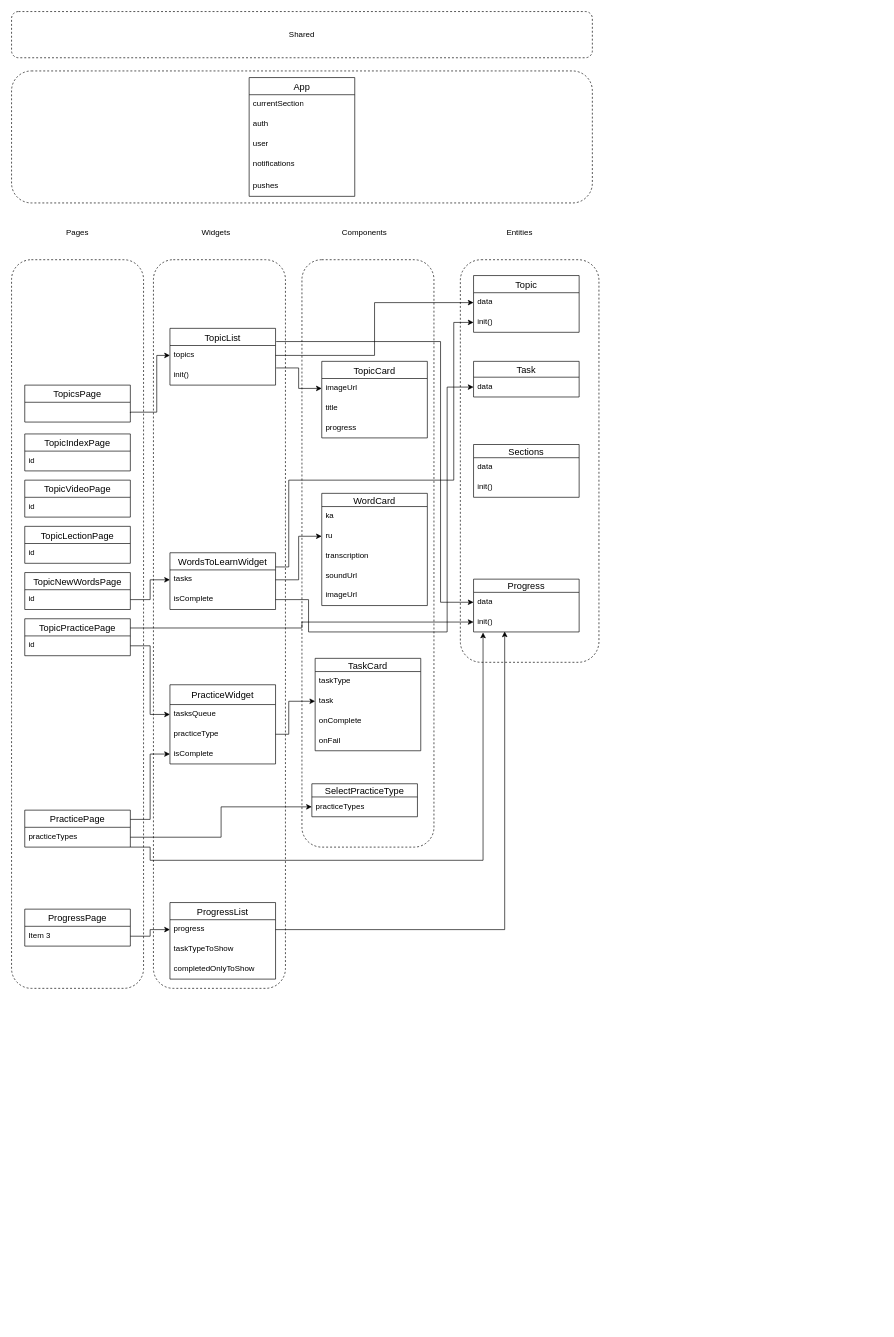
Before: geo-app.drawio in Ascold2017/geo-app, a draw.io diagram. Source tidied: cells renumbered, new cells numbered last; positions are measured from the earlier drawing's top-left corner, leaving out a move shared by most shapes. Both pictures are drawn from the tidied source at 66%, with x=0, y=0 at pixel (11, 11).
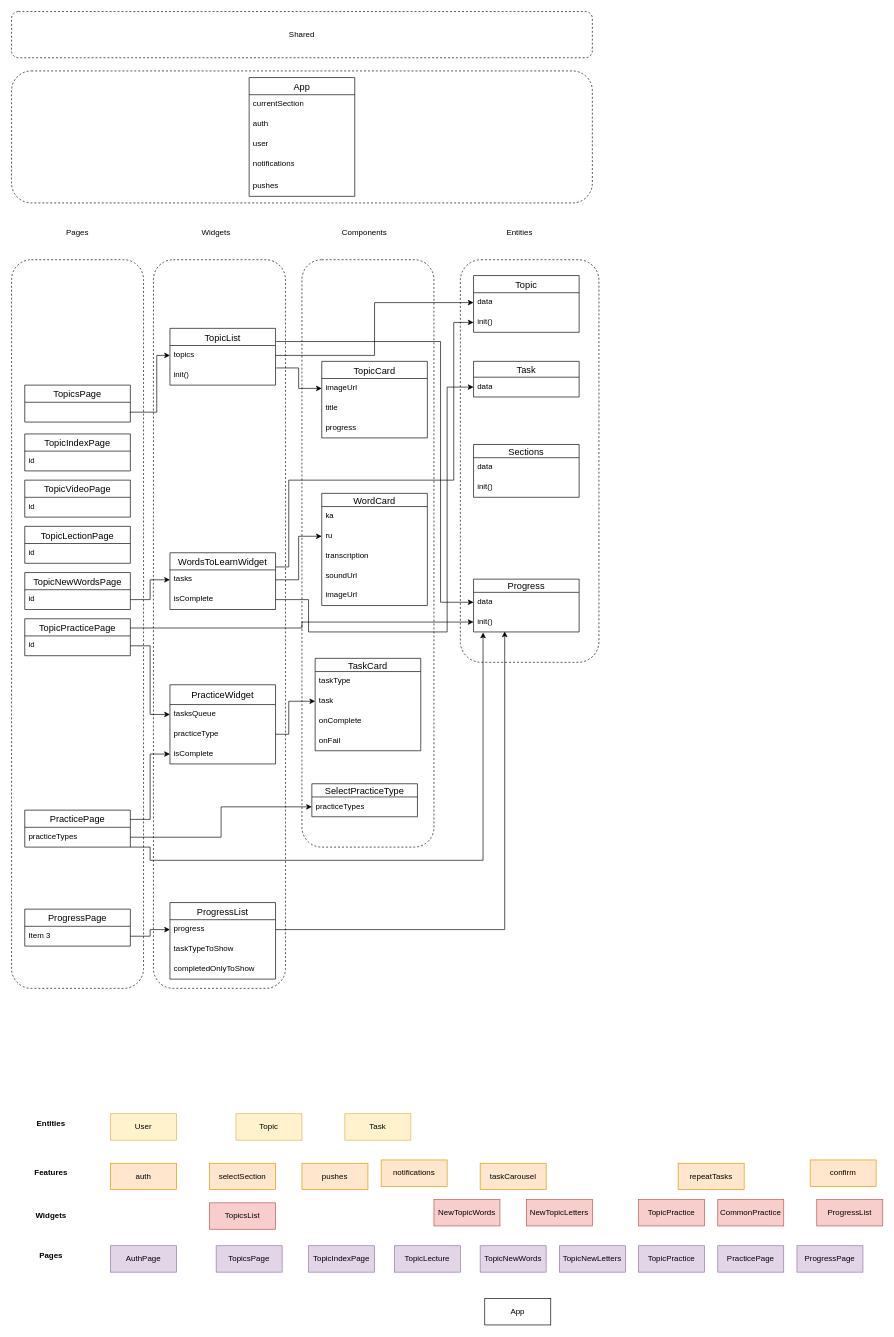
After the change.

Change to the diagram source:
```diff
@@
+    <mxCell id="91" value="App" style="whiteSpace=wrap;html=1;align=center;" parent="1" vertex="1">
+      <mxGeometry x="717" y="1950" width="100" height="40" as="geometry" />
+    </mxCell>
+    <mxCell id="92" value="TopicsPage" style="whiteSpace=wrap;html=1;align=center;fillColor=#e1d5e7;strokeColor=#9673a6;" parent="1" vertex="1">
+      <mxGeometry x="310" y="1870" width="100" height="40" as="geometry" />
+    </mxCell>
+    <mxCell id="93" value="AuthPage" style="whiteSpace=wrap;html=1;align=center;fillColor=#e1d5e7;strokeColor=#9673a6;" parent="1" vertex="1">
+      <mxGeometry x="150" y="1870" width="100" height="40" as="geometry" />
+    </mxCell>
+    <mxCell id="94" value="TopicIndexPage" style="whiteSpace=wrap;html=1;align=center;fillColor=#e1d5e7;strokeColor=#9673a6;" parent="1" vertex="1">
+      <mxGeometry x="450" y="1870" width="100" height="40" as="geometry" />
+    </mxCell>
+    <mxCell id="95" value="TopicLecture" style="whiteSpace=wrap;html=1;align=center;fillColor=#e1d5e7;strokeColor=#9673a6;" parent="1" vertex="1">
+      <mxGeometry x="580" y="1870" width="100" height="40" as="geometry" />
+    </mxCell>
+    <mxCell id="96" value="TopicNewWords" style="whiteSpace=wrap;html=1;align=center;fillColor=#e1d5e7;strokeColor=#9673a6;" parent="1" vertex="1">
+      <mxGeometry x="710" y="1870" width="100" height="40" as="geometry" />
+    </mxCell>
+    <mxCell id="97" value="TopicNewLetters" style="whiteSpace=wrap;html=1;align=center;fillColor=#e1d5e7;strokeColor=#9673a6;" parent="1" vertex="1">
+      <mxGeometry x="830" y="1870" width="100" height="40" as="geometry" />
+    </mxCell>
+    <mxCell id="98" value="TopicPractice" style="whiteSpace=wrap;html=1;align=center;fillColor=#e1d5e7;strokeColor=#9673a6;" parent="1" vertex="1">
+      <mxGeometry x="950" y="1870" width="100" height="40" as="geometry" />
+    </mxCell>
+    <mxCell id="99" value="&lt;b&gt;Pages&lt;/b&gt;" style="text;html=1;align=center;verticalAlign=middle;whiteSpace=wrap;rounded=0;" parent="1" vertex="1">
+      <mxGeometry x="30" y="1870" width="60" height="30" as="geometry" />
+    </mxCell>
+    <mxCell id="100" value="PracticePage" style="whiteSpace=wrap;html=1;align=center;fillColor=#e1d5e7;strokeColor=#9673a6;" parent="1" vertex="1">
+      <mxGeometry x="1070" y="1870" width="100" height="40" as="geometry" />
+    </mxCell>
+    <mxCell id="101" value="ProgressPage" style="whiteSpace=wrap;html=1;align=center;fillColor=#e1d5e7;strokeColor=#9673a6;" parent="1" vertex="1">
+      <mxGeometry x="1190" y="1870" width="100" height="40" as="geometry" />
+    </mxCell>
+    <mxCell id="102" value="Topic" style="whiteSpace=wrap;html=1;align=center;fillColor=#fff2cc;strokeColor=#d6b656;" parent="1" vertex="1">
+      <mxGeometry x="340" y="1670" width="100" height="40" as="geometry" />
+    </mxCell>
+    <mxCell id="103" value="User" style="whiteSpace=wrap;html=1;align=center;fillColor=#fff2cc;strokeColor=#d6b656;" parent="1" vertex="1">
+      <mxGeometry x="150" y="1670" width="100" height="40" as="geometry" />
+    </mxCell>
+    <mxCell id="104" value="Task" style="whiteSpace=wrap;html=1;align=center;fillColor=#fff2cc;strokeColor=#d6b656;" parent="1" vertex="1">
+      <mxGeometry x="505" y="1670" width="100" height="40" as="geometry" />
+    </mxCell>
+    <mxCell id="105" value="&lt;b&gt;Entities&lt;/b&gt;" style="text;html=1;align=center;verticalAlign=middle;whiteSpace=wrap;rounded=0;" parent="1" vertex="1">
+      <mxGeometry x="30" y="1670" width="60" height="30" as="geometry" />
+    </mxCell>
+    <mxCell id="106" value="auth" style="whiteSpace=wrap;html=1;align=center;fillColor=#ffe6cc;strokeColor=#d79b00;" parent="1" vertex="1">
+      <mxGeometry x="150" y="1745" width="100" height="40" as="geometry" />
+    </mxCell>
+    <mxCell id="107" value="&lt;b&gt;Features&lt;/b&gt;" style="text;html=1;align=center;verticalAlign=middle;whiteSpace=wrap;rounded=0;" parent="1" vertex="1">
+      <mxGeometry x="30" y="1745" width="60" height="30" as="geometry" />
+    </mxCell>
+    <mxCell id="108" value="selectSection" style="whiteSpace=wrap;html=1;align=center;fillColor=#ffe6cc;strokeColor=#d79b00;" parent="1" vertex="1">
+      <mxGeometry x="300" y="1745" width="100" height="40" as="geometry" />
+    </mxCell>
+    <mxCell id="109" value="TopicsList" style="whiteSpace=wrap;html=1;align=center;fillColor=#f8cecc;strokeColor=#b85450;" parent="1" vertex="1">
+      <mxGeometry x="300" y="1805" width="100" height="40" as="geometry" />
+    </mxCell>
+    <mxCell id="110" value="&lt;b&gt;Widgets&lt;/b&gt;" style="text;html=1;align=center;verticalAlign=middle;whiteSpace=wrap;rounded=0;" parent="1" vertex="1">
+      <mxGeometry x="30" y="1810" width="60" height="30" as="geometry" />
+    </mxCell>
+    <mxCell id="111" value="NewTopicWords" style="whiteSpace=wrap;html=1;align=center;fillColor=#f8cecc;strokeColor=#b85450;" parent="1" vertex="1">
+      <mxGeometry x="640" y="1800" width="100" height="40" as="geometry" />
+    </mxCell>
+    <mxCell id="112" value="NewTopicLetters" style="whiteSpace=wrap;html=1;align=center;fillColor=#f8cecc;strokeColor=#b85450;" parent="1" vertex="1">
+      <mxGeometry x="780" y="1800" width="100" height="40" as="geometry" />
+    </mxCell>
+    <mxCell id="113" value="taskCarousel" style="whiteSpace=wrap;html=1;align=center;fillColor=#ffe6cc;strokeColor=#d79b00;" parent="1" vertex="1">
+      <mxGeometry x="710" y="1745" width="100" height="40" as="geometry" />
+    </mxCell>
+    <mxCell id="114" value="TopicPractice" style="whiteSpace=wrap;html=1;align=center;fillColor=#f8cecc;strokeColor=#b85450;" parent="1" vertex="1">
+      <mxGeometry x="950" y="1800" width="100" height="40" as="geometry" />
+    </mxCell>
+    <mxCell id="115" value="CommonPractice" style="whiteSpace=wrap;html=1;align=center;fillColor=#f8cecc;strokeColor=#b85450;" parent="1" vertex="1">
+      <mxGeometry x="1070" y="1800" width="100" height="40" as="geometry" />
+    </mxCell>
+    <mxCell id="116" value="repeatTasks" style="whiteSpace=wrap;html=1;align=center;fillColor=#ffe6cc;strokeColor=#d79b00;" parent="1" vertex="1">
+      <mxGeometry x="1010" y="1745" width="100" height="40" as="geometry" />
+    </mxCell>
+    <mxCell id="117" value="ProgressList" style="whiteSpace=wrap;html=1;align=center;fillColor=#f8cecc;strokeColor=#b85450;" parent="1" vertex="1">
+      <mxGeometry x="1220" y="1800" width="100" height="40" as="geometry" />
+    </mxCell>
+    <mxCell id="118" value="pushes" style="whiteSpace=wrap;html=1;align=center;fillColor=#ffe6cc;strokeColor=#d79b00;" parent="1" vertex="1">
+      <mxGeometry x="440" y="1745" width="100" height="40" as="geometry" />
+    </mxCell>
+    <mxCell id="119" value="notifications" style="whiteSpace=wrap;html=1;align=center;fillColor=#ffe6cc;strokeColor=#d79b00;" parent="1" vertex="1">
+      <mxGeometry x="560" y="1740" width="100" height="40" as="geometry" />
+    </mxCell>
+    <mxCell id="120" value="confirm" style="whiteSpace=wrap;html=1;align=center;fillColor=#ffe6cc;strokeColor=#d79b00;" parent="1" vertex="1">
+      <mxGeometry x="1210" y="1740" width="100" height="40" as="geometry" />
+    </mxCell>
```
